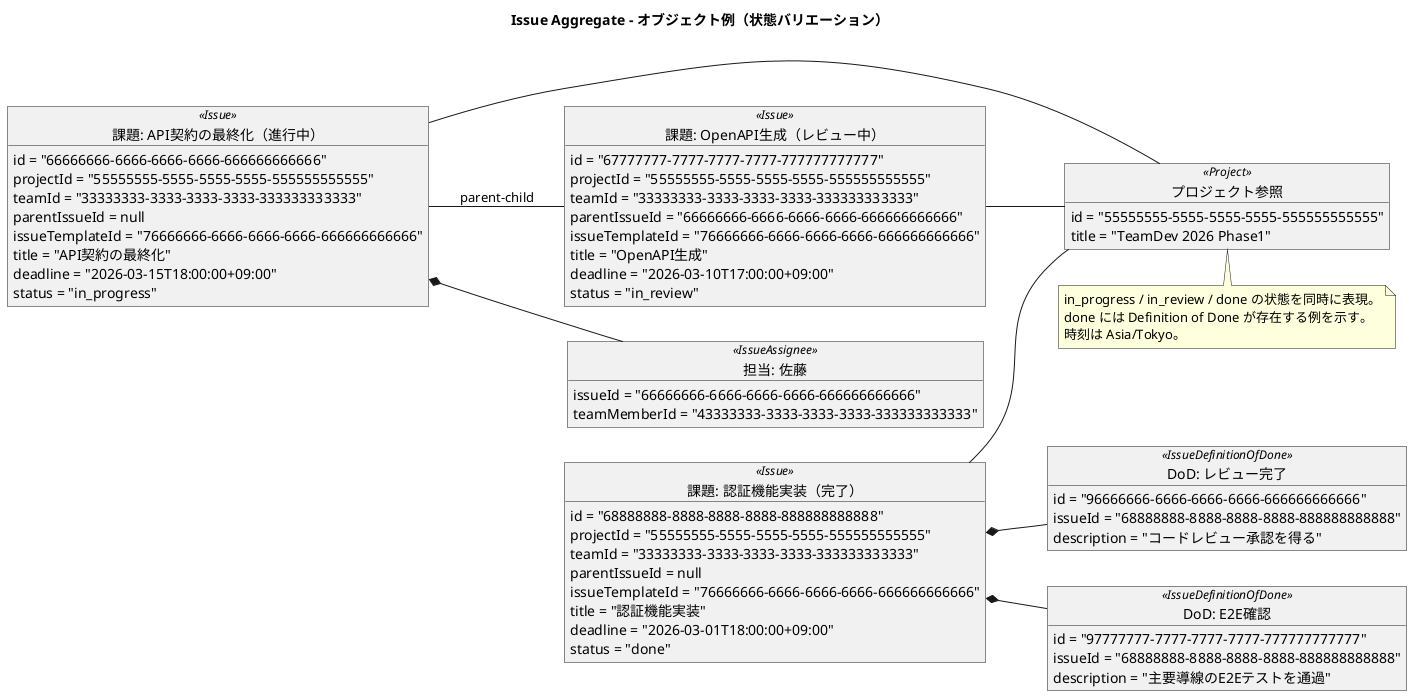
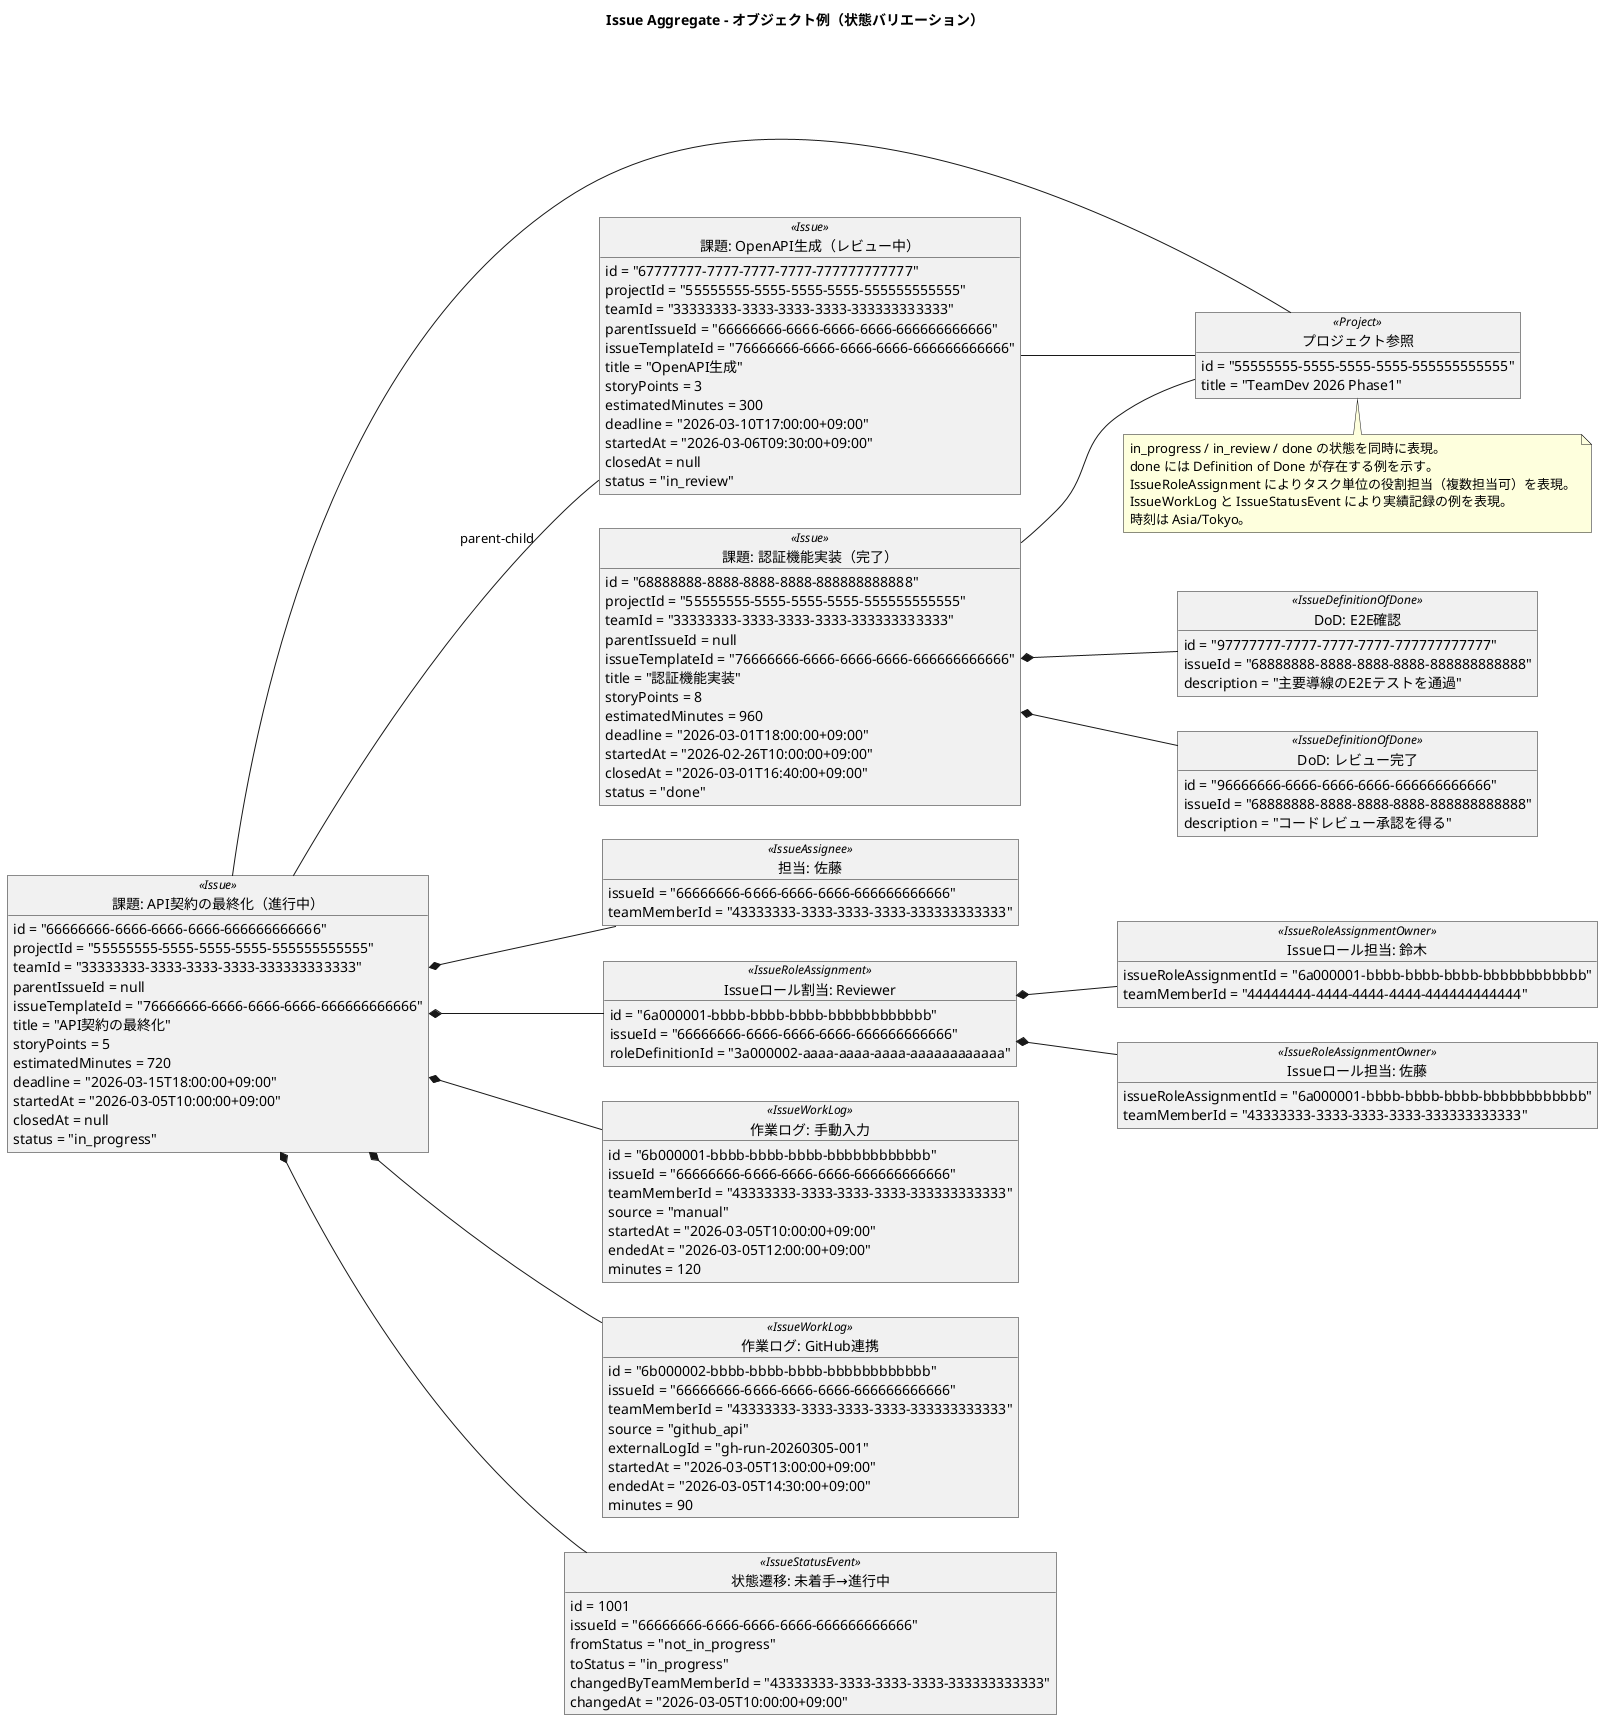
@startuml
title Issue Aggregate - オブジェクト例（状態バリエーション）

left to right direction
skinparam shadowing false
skinparam objectAttributeIconSize 0

object "課題: API契約の最終化（進行中）" as issue_in_progress <<Issue>> {
  id = "66666666-6666-6666-6666-666666666666"
  projectId = "55555555-5555-5555-5555-555555555555"
  teamId = "33333333-3333-3333-3333-333333333333"
  parentIssueId = null
  issueTemplateId = "76666666-6666-6666-6666-666666666666"
  title = "API契約の最終化"
+   storyPoints = 5
+   estimatedMinutes = 720
  deadline = "2026-03-15T18:00:00+09:00"
+   startedAt = "2026-03-05T10:00:00+09:00"
+   closedAt = null
  status = "in_progress"
}

object "課題: OpenAPI生成（レビュー中）" as issue_in_review <<Issue>> {
  id = "67777777-7777-7777-7777-777777777777"
  projectId = "55555555-5555-5555-5555-555555555555"
  teamId = "33333333-3333-3333-3333-333333333333"
  parentIssueId = "66666666-6666-6666-6666-666666666666"
  issueTemplateId = "76666666-6666-6666-6666-666666666666"
  title = "OpenAPI生成"
+   storyPoints = 3
+   estimatedMinutes = 300
  deadline = "2026-03-10T17:00:00+09:00"
+   startedAt = "2026-03-06T09:30:00+09:00"
+   closedAt = null
  status = "in_review"
}

object "課題: 認証機能実装（完了）" as issue_done <<Issue>> {
  id = "68888888-8888-8888-8888-888888888888"
  projectId = "55555555-5555-5555-5555-555555555555"
  teamId = "33333333-3333-3333-3333-333333333333"
  parentIssueId = null
  issueTemplateId = "76666666-6666-6666-6666-666666666666"
  title = "認証機能実装"
+   storyPoints = 8
+   estimatedMinutes = 960
  deadline = "2026-03-01T18:00:00+09:00"
+   startedAt = "2026-02-26T10:00:00+09:00"
+   closedAt = "2026-03-01T16:40:00+09:00"
  status = "done"
}

object "担当: 佐藤" as assignee_taro <<IssueAssignee>> {
  issueId = "66666666-6666-6666-6666-666666666666"
  teamMemberId = "43333333-3333-3333-3333-333333333333"
+ }
+ 
+ object "Issueロール割当: Reviewer" as issue_role_reviewer <<IssueRoleAssignment>> {
+   id = "6a000001-bbbb-bbbb-bbbb-bbbbbbbbbbbb"
+   issueId = "66666666-6666-6666-6666-666666666666"
+   roleDefinitionId = "3a000002-aaaa-aaaa-aaaa-aaaaaaaaaaaa"
+ }
+ 
+ object "Issueロール担当: 佐藤" as issue_role_owner_taro <<IssueRoleAssignmentOwner>> {
+   issueRoleAssignmentId = "6a000001-bbbb-bbbb-bbbb-bbbbbbbbbbbb"
+   teamMemberId = "43333333-3333-3333-3333-333333333333"
+ }
+ 
+ object "Issueロール担当: 鈴木" as issue_role_owner_hanako <<IssueRoleAssignmentOwner>> {
+   issueRoleAssignmentId = "6a000001-bbbb-bbbb-bbbb-bbbbbbbbbbbb"
+   teamMemberId = "44444444-4444-4444-4444-444444444444"
+ }
+ 
+ object "作業ログ: 手動入力" as worklog_manual <<IssueWorkLog>> {
+   id = "6b000001-bbbb-bbbb-bbbb-bbbbbbbbbbbb"
+   issueId = "66666666-6666-6666-6666-666666666666"
+   teamMemberId = "43333333-3333-3333-3333-333333333333"
+   source = "manual"
+   startedAt = "2026-03-05T10:00:00+09:00"
+   endedAt = "2026-03-05T12:00:00+09:00"
+   minutes = 120
+ }
+ 
+ object "作業ログ: GitHub連携" as worklog_github <<IssueWorkLog>> {
+   id = "6b000002-bbbb-bbbb-bbbb-bbbbbbbbbbbb"
+   issueId = "66666666-6666-6666-6666-666666666666"
+   teamMemberId = "43333333-3333-3333-3333-333333333333"
+   source = "github_api"
+   externalLogId = "gh-run-20260305-001"
+   startedAt = "2026-03-05T13:00:00+09:00"
+   endedAt = "2026-03-05T14:30:00+09:00"
+   minutes = 90
+ }
+ 
+ object "状態遷移: 未着手→進行中" as status_event_1 <<IssueStatusEvent>> {
+   id = 1001
+   issueId = "66666666-6666-6666-6666-666666666666"
+   fromStatus = "not_in_progress"
+   toStatus = "in_progress"
+   changedByTeamMemberId = "43333333-3333-3333-3333-333333333333"
+   changedAt = "2026-03-05T10:00:00+09:00"
}

object "DoD: レビュー完了" as dod_review <<IssueDefinitionOfDone>> {
  id = "96666666-6666-6666-6666-666666666666"
  issueId = "68888888-8888-8888-8888-888888888888"
  description = "コードレビュー承認を得る"
}

object "DoD: E2E確認" as dod_e2e <<IssueDefinitionOfDone>> {
  id = "97777777-7777-7777-7777-777777777777"
  issueId = "68888888-8888-8888-8888-888888888888"
  description = "主要導線のE2Eテストを通過"
}

object "プロジェクト参照" as project_ref <<Project>> {
  id = "55555555-5555-5555-5555-555555555555"
  title = "TeamDev 2026 Phase1"
}

issue_in_progress *-- assignee_taro
+ issue_in_progress *-- issue_role_reviewer
+ issue_role_reviewer *-- issue_role_owner_taro
+ issue_role_reviewer *-- issue_role_owner_hanako
+ issue_in_progress *-- worklog_manual
+ issue_in_progress *-- worklog_github
+ issue_in_progress *-- status_event_1
issue_done *-- dod_review
issue_done *-- dod_e2e
issue_in_progress -- issue_in_review : parent-child
issue_in_progress -- project_ref
issue_in_review -- project_ref
issue_done -- project_ref

note bottom
in_progress / in_review / done の状態を同時に表現。
done には Definition of Done が存在する例を示す。
+ IssueRoleAssignment によりタスク単位の役割担当（複数担当可）を表現。
+ IssueWorkLog と IssueStatusEvent により実績記録の例を表現。
時刻は Asia/Tokyo。
end note

@enduml